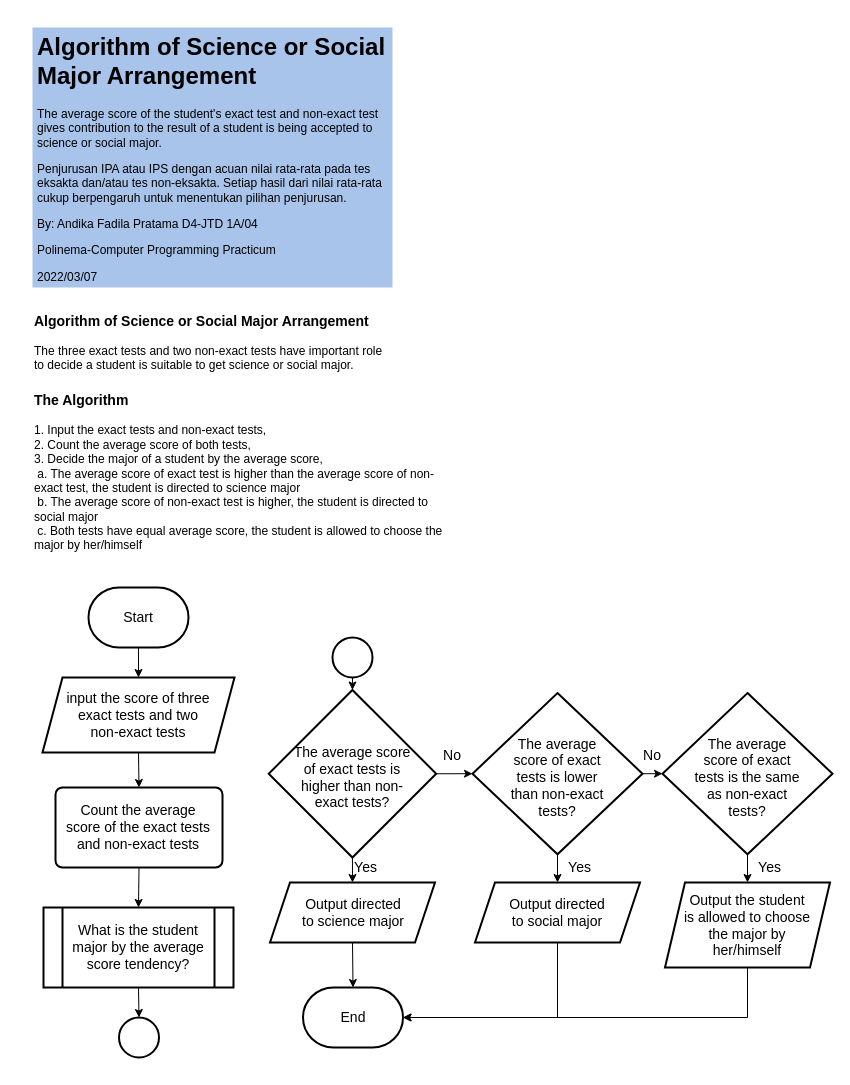
Above: Algorithm of a Student's Major Arrangement.drawio in troders34/troders34 (draw.io), before the change. Source tidied: cells renumbered, new cells numbered last; positions are measured from the earlier drawing's top-left corner, leaving out a move shared by most shapes. Both pictures are drawn from the tidied source at 100%, with x=0, y=0 at pixel (32, 27).
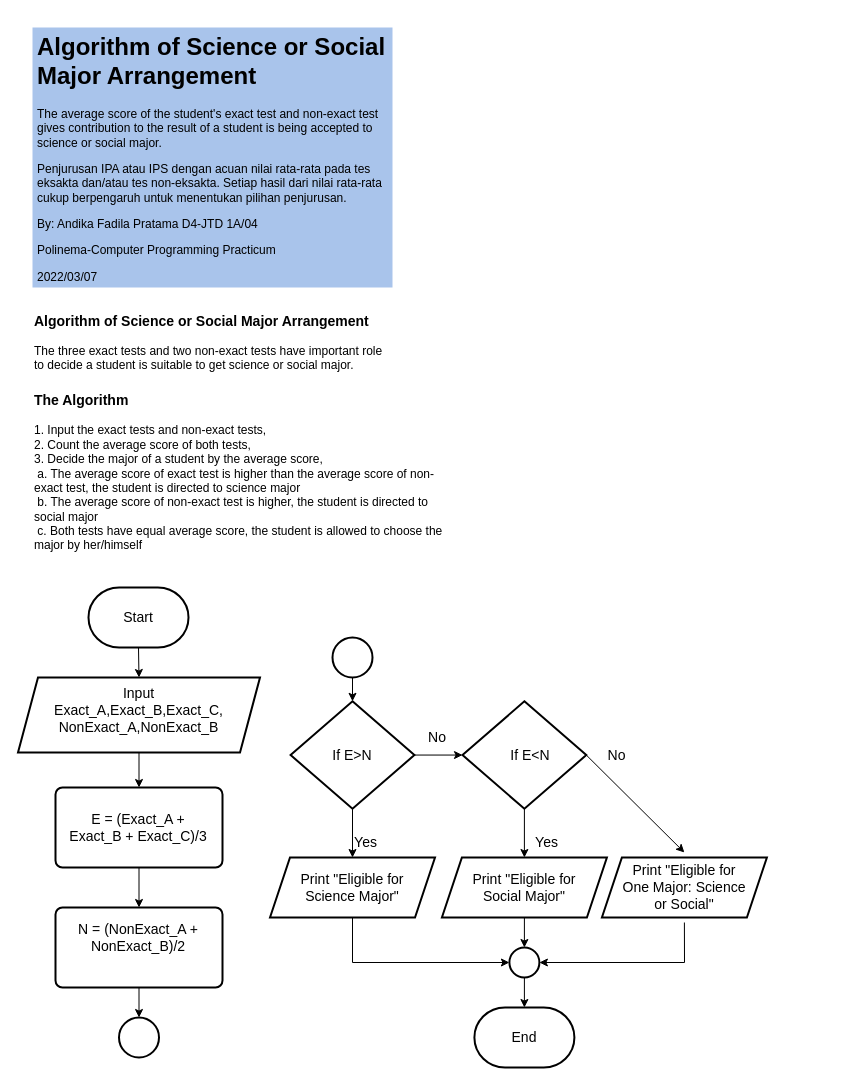
The same page after the edit.

The change refers to these unchanged cells:
```xml
<mxCell id="14" style="rounded=1;whiteSpace=wrap;html=1;absoluteArcSize=1;arcSize=14;strokeWidth=2;fontSize=14;fillColor=none;" parent="1" vertex="1">
  <mxGeometry x="23" y="760" width="167" height="80" as="geometry" />
</mxCell>
<mxCell id="22" style="ellipse;whiteSpace=wrap;html=1;fontSize=14;strokeWidth=2;fillColor=none;" parent="1" vertex="1">
  <mxGeometry x="86.5" y="990" width="40" height="40" as="geometry" />
</mxCell>
```

The edit, as a diff of the source:
```diff
@@
+    <mxCell id="47" style="rounded=1;whiteSpace=wrap;html=1;absoluteArcSize=1;arcSize=14;strokeWidth=2;fontSize=14;fillColor=none;" parent="1" vertex="1">
+      <mxGeometry x="23" y="880" width="167" height="80" as="geometry" />
+    </mxCell>
     <mxCell id="2" style="shape=parallelogram;perimeter=parallelogramPerimeter;whiteSpace=wrap;html=1;fixedSize=1;fontSize=14;strokeWidth=2;fillColor=none;" parent="1" vertex="1">
-      <mxGeometry x="237.5" y="855" width="165" height="60" as="geometry" />
+      <mxGeometry x="237.5" y="830" width="165" height="60" as="geometry" />
     </mxCell>
-    <mxCell id="3" style="shape=process;whiteSpace=wrap;html=1;backgroundOutline=1;fontSize=14;strokeWidth=2;fillColor=none;" parent="1" vertex="1">
-      <mxGeometry x="11" y="880" width="190" height="80" as="geometry" />
-    </mxCell>
     <mxCell id="4" style="strokeWidth=2;html=1;shape=mxgraph.flowchart.decision;whiteSpace=wrap;fontSize=14;fillColor=none;" parent="1" vertex="1">
-      <mxGeometry x="236.2" y="662.5" width="167.5" height="167.5" as="geometry" />
+      <mxGeometry x="258.1" y="673.8" width="123.8" height="107.5" as="geometry" />
     </mxCell>
@@
     <mxCell id="10" style="shape=parallelogram;perimeter=parallelogramPerimeter;whiteSpace=wrap;html=1;fixedSize=1;fontSize=14;fillColor=none;strokeWidth=2;" parent="1" vertex="1">
-      <mxGeometry x="10" y="650" width="192" height="75" as="geometry" />
+      <mxGeometry x="-14.5" y="650" width="242" height="75" as="geometry" />
     </mxCell>
@@
-    <mxCell id="12" value="input the score of three exact tests and two non-exact tests" style="text;html=1;strokeColor=none;fillColor=none;align=center;verticalAlign=middle;whiteSpace=wrap;rounded=0;fontSize=14;" parent="1" vertex="1">
-      <mxGeometry x="31" y="662.5" width="150" height="50" as="geometry" />
-    </mxCell>
@@
-    <mxCell id="15" value="What is the student major by the average score tendency?" style="text;html=1;strokeColor=none;fillColor=none;align=center;verticalAlign=middle;whiteSpace=wrap;rounded=0;fontSize=14;" parent="1" vertex="1">
-      <mxGeometry x="31" y="895" width="150" height="50" as="geometry" />
+    <mxCell id="15" value="N = (NonExact_A + NonExact_B)/2" style="text;html=1;strokeColor=none;fillColor=none;align=center;verticalAlign=middle;whiteSpace=wrap;rounded=0;fontSize=14;" parent="1" vertex="1">
+      <mxGeometry x="31" y="885" width="150" height="50" as="geometry" />
     </mxCell>
-    <mxCell id="16" value="Count the average score of the exact tests and non-exact tests" style="text;html=1;strokeColor=none;fillColor=none;align=center;verticalAlign=middle;whiteSpace=wrap;rounded=0;fontSize=14;" parent="1" vertex="1">
+    <mxCell id="16" value="E = (Exact_A + Exact_B + Exact_C)/3" style="text;html=1;strokeColor=none;fillColor=none;align=center;verticalAlign=middle;whiteSpace=wrap;rounded=0;fontSize=14;" parent="1" vertex="1">
       <mxGeometry x="31" y="785" width="150" height="30" as="geometry" />
     </mxCell>
-    <mxCell id="17" style="endArrow=classic;html=1;rounded=0;fontSize=14;exitX=0.5;exitY=1;exitDx=0;exitDy=0;entryX=0.5;entryY=0;entryDx=0;entryDy=0;" parent="1" edge="1" source="14" target="3">
+    <mxCell id="17" style="endArrow=classic;html=1;rounded=0;fontSize=14;exitX=0.5;exitY=1;exitDx=0;exitDy=0;entryX=0.5;entryY=0;entryDx=0;entryDy=0;" parent="1" edge="1" source="14" target="47">
       <mxGeometry relative="1" as="geometry" />
     </mxCell>
-    <mxCell id="18" value="The average score of exact tests is higher than non-exact tests?" style="text;html=1;strokeColor=none;fillColor=none;align=center;verticalAlign=middle;whiteSpace=wrap;rounded=0;fontSize=14;" parent="1" vertex="1">
-      <mxGeometry x="260" y="725" width="120" height="50" as="geometry" />
+    <mxCell id="18" value="If E&amp;gt;N" style="text;html=1;strokeColor=none;fillColor=none;align=center;verticalAlign=middle;whiteSpace=wrap;rounded=0;fontSize=14;" parent="1" vertex="1">
+      <mxGeometry x="260" y="702.5" width="120" height="50" as="geometry" />
     </mxCell>
@@
-    <mxCell id="20" value="Output directed to science major" style="text;html=1;strokeColor=none;fillColor=none;align=center;verticalAlign=middle;whiteSpace=wrap;rounded=0;fontSize=14;" parent="1" vertex="1">
-      <mxGeometry x="265.5" y="870" width="110" height="30" as="geometry" />
+    <mxCell id="20" value="Print &quot;Eligible for Science Major&quot;" style="text;html=1;strokeColor=none;fillColor=none;align=center;verticalAlign=middle;whiteSpace=wrap;rounded=0;fontSize=14;" parent="1" vertex="1">
+      <mxGeometry x="265" y="845" width="110" height="30" as="geometry" />
     </mxCell>
     <mxCell id="21" value="Yes" style="text;html=1;strokeColor=none;fillColor=none;align=center;verticalAlign=middle;whiteSpace=wrap;rounded=0;fontSize=14;" parent="1" vertex="1">
-      <mxGeometry x="315.5" y="825" width="35" height="30" as="geometry" />
+      <mxGeometry x="315.5" y="800" width="35" height="30" as="geometry" />
     </mxCell>
@@
-    <mxCell id="23" style="endArrow=classic;html=1;rounded=0;fontSize=14;exitX=0.5;exitY=1;exitDx=0;exitDy=0;entryX=0.5;entryY=0;entryDx=0;entryDy=0;" parent="1" edge="1" source="3" target="22">
+    <mxCell id="23" style="endArrow=classic;html=1;rounded=0;fontSize=14;entryX=0.5;entryY=0;entryDx=0;entryDy=0;exitX=0.5;exitY=1;exitDx=0;exitDy=0;" parent="1" edge="1" source="47" target="22">
       <mxGeometry relative="1" as="geometry" />
     </mxCell>
@@
     <mxCell id="26" style="strokeWidth=2;html=1;shape=mxgraph.flowchart.terminator;whiteSpace=wrap;fontSize=14;fillColor=none;" parent="1" vertex="1">
-      <mxGeometry x="270.5" y="960" width="100" height="60" as="geometry" />
+      <mxGeometry x="441.9" y="980" width="100" height="60" as="geometry" />
     </mxCell>
     <mxCell id="27" value="End" style="text;html=1;strokeColor=none;fillColor=none;align=center;verticalAlign=middle;whiteSpace=wrap;rounded=0;fontSize=14;" parent="1" vertex="1">
-      <mxGeometry x="290.5" y="975" width="60" height="30" as="geometry" />
+      <mxGeometry x="461.9" y="995" width="60" height="30" as="geometry" />
     </mxCell>
-    <mxCell id="28" style="endArrow=classic;html=1;rounded=0;fontSize=14;exitX=0.5;exitY=1;exitDx=0;exitDy=0;entryX=0.5;entryY=0;entryDx=0;entryDy=0;entryPerimeter=0;startArrow=none;" parent="1" edge="1" source="2" target="26">
-      <mxGeometry relative="1" as="geometry" />
-    </mxCell>
-    <mxCell id="29" style="endArrow=classic;html=1;rounded=0;fontSize=14;exitX=1;exitY=0.5;exitDx=0;exitDy=0;exitPerimeter=0;entryX=0;entryY=0.5;entryDx=0;entryDy=0;entryPerimeter=0;" parent="1" edge="1" source="4" target="30">
+    <mxCell id="29" style="endArrow=classic;html=1;rounded=0;fontSize=14;exitX=1;exitY=0.5;exitDx=0;exitDy=0;exitPerimeter=0;entryX=0;entryY=0.5;entryDx=0;entryDy=0;entryPerimeter=0;" parent="1" edge="1" source="4" target="48">
       <mxGeometry relative="1" as="geometry" />
     </mxCell>
-    <mxCell id="30" style="strokeWidth=2;html=1;shape=mxgraph.flowchart.decision;whiteSpace=wrap;fontSize=14;fillColor=none;" parent="1" vertex="1">
-      <mxGeometry x="440" y="665.6" width="170" height="161.2" as="geometry" />
-    </mxCell>
-    <mxCell id="31" value="The average score of exact tests is lower than non-exact tests?" style="text;html=1;strokeColor=none;fillColor=none;align=center;verticalAlign=middle;whiteSpace=wrap;rounded=0;fontSize=14;" parent="1" vertex="1">
-      <mxGeometry x="470" y="707.5" width="110" height="85" as="geometry" />
+    <mxCell id="31" value="If E&amp;lt;N" style="text;html=1;strokeColor=none;fillColor=none;align=center;verticalAlign=middle;whiteSpace=wrap;rounded=0;fontSize=14;" parent="1" vertex="1">
+      <mxGeometry x="442.5" y="685" width="110" height="85" as="geometry" />
     </mxCell>
     <mxCell id="32" style="shape=parallelogram;perimeter=parallelogramPerimeter;whiteSpace=wrap;html=1;fixedSize=1;fontSize=14;strokeWidth=2;fillColor=none;" parent="1" vertex="1">
-      <mxGeometry x="442.5" y="855" width="165" height="60" as="geometry" />
+      <mxGeometry x="409.4" y="830" width="165" height="60" as="geometry" />
     </mxCell>
-    <mxCell id="33" value="Output directed to social major" style="text;html=1;strokeColor=none;fillColor=none;align=center;verticalAlign=middle;whiteSpace=wrap;rounded=0;fontSize=14;" parent="1" vertex="1">
-      <mxGeometry x="470" y="870" width="110" height="30" as="geometry" />
+    <mxCell id="33" value="Print &quot;Eligible for Social Major&quot;" style="text;html=1;strokeColor=none;fillColor=none;align=center;verticalAlign=middle;whiteSpace=wrap;rounded=0;fontSize=14;" parent="1" vertex="1">
+      <mxGeometry x="436.9" y="845" width="110" height="30" as="geometry" />
     </mxCell>
-    <mxCell id="34" style="endArrow=classic;html=1;rounded=0;fontSize=14;exitX=0.5;exitY=1;exitDx=0;exitDy=0;entryX=1;entryY=0.5;entryDx=0;entryDy=0;entryPerimeter=0;" parent="1" edge="1" source="32" target="26">
-      <mxGeometry relative="1" as="geometry">
-        <Array as="points">
-          <mxPoint x="525" y="990" />
-        </Array>
-      </mxGeometry>
-    </mxCell>
-    <mxCell id="35" style="strokeWidth=2;html=1;shape=mxgraph.flowchart.decision;whiteSpace=wrap;fontSize=14;fillColor=none;" parent="1" vertex="1">
-      <mxGeometry x="630" y="665.6" width="170" height="161.2" as="geometry" />
-    </mxCell>
-    <mxCell id="36" value="The average score of exact tests is the same as non-exact tests?" style="text;html=1;strokeColor=none;fillColor=none;align=center;verticalAlign=middle;whiteSpace=wrap;rounded=0;fontSize=14;" parent="1" vertex="1">
-      <mxGeometry x="660" y="707.5" width="110" height="85" as="geometry" />
-    </mxCell>
-    <mxCell id="37" style="endArrow=classic;html=1;rounded=0;fontSize=14;exitX=1;exitY=0.5;exitDx=0;exitDy=0;exitPerimeter=0;entryX=0;entryY=0.5;entryDx=0;entryDy=0;entryPerimeter=0;" parent="1" edge="1" source="30" target="35">
+    <mxCell id="37" style="endArrow=classic;html=1;rounded=0;fontSize=14;exitX=1;exitY=0.5;exitDx=0;exitDy=0;exitPerimeter=0;entryX=0.5;entryY=0;entryDx=0;entryDy=0;" parent="1" edge="1" source="48" target="42">
       <mxGeometry relative="1" as="geometry" />
     </mxCell>
     <mxCell id="38" value="No" style="text;html=1;strokeColor=none;fillColor=none;align=center;verticalAlign=middle;whiteSpace=wrap;rounded=0;fontSize=14;" parent="1" vertex="1">
-      <mxGeometry x="590" y="712.5" width="60" height="30" as="geometry" />
+      <mxGeometry x="569.4" y="712.5" width="30.6" height="30" as="geometry" />
     </mxCell>
     <mxCell id="39" value="No" style="text;html=1;strokeColor=none;fillColor=none;align=center;verticalAlign=middle;whiteSpace=wrap;rounded=0;fontSize=14;" parent="1" vertex="1">
-      <mxGeometry x="390" y="712.5" width="60" height="30" as="geometry" />
+      <mxGeometry x="375" y="695" width="60" height="30" as="geometry" />
     </mxCell>
-    <mxCell id="40" style="endArrow=classic;html=1;rounded=0;fontSize=14;exitX=0.5;exitY=1;exitDx=0;exitDy=0;exitPerimeter=0;entryX=0.5;entryY=0;entryDx=0;entryDy=0;" parent="1" edge="1" source="30" target="32">
+    <mxCell id="40" style="endArrow=classic;html=1;rounded=0;fontSize=14;exitX=0.5;exitY=1;exitDx=0;exitDy=0;exitPerimeter=0;entryX=0.5;entryY=0;entryDx=0;entryDy=0;" parent="1" edge="1" source="48" target="32">
       <mxGeometry relative="1" as="geometry" />
     </mxCell>
     <mxCell id="41" style="shape=parallelogram;perimeter=parallelogramPerimeter;whiteSpace=wrap;html=1;fixedSize=1;fontSize=14;strokeWidth=2;fillColor=none;" parent="1" vertex="1">
-      <mxGeometry x="632.5" y="855" width="165" height="85" as="geometry" />
+      <mxGeometry x="569.4" y="830" width="165" height="60" as="geometry" />
     </mxCell>
-    <mxCell id="42" value="Output the student is allowed to choose the major by her/himself" style="text;html=1;strokeColor=none;fillColor=none;align=center;verticalAlign=middle;whiteSpace=wrap;rounded=0;fontSize=14;" parent="1" vertex="1">
-      <mxGeometry x="650" y="862.5" width="130" height="70" as="geometry" />
+    <mxCell id="42" value="Print &quot;Eligible for One Major: Science or Social&quot;" style="text;html=1;strokeColor=none;fillColor=none;align=center;verticalAlign=middle;whiteSpace=wrap;rounded=0;fontSize=14;" parent="1" vertex="1">
+      <mxGeometry x="586.9" y="825" width="130" height="70" as="geometry" />
     </mxCell>
-    <mxCell id="43" style="endArrow=classic;html=1;rounded=0;fontSize=14;exitX=0.5;exitY=1;exitDx=0;exitDy=0;exitPerimeter=0;entryX=0.5;entryY=0;entryDx=0;entryDy=0;" parent="1" edge="1" source="35" target="41">
-      <mxGeometry relative="1" as="geometry" />
-    </mxCell>
     <mxCell id="44" value="Yes" style="text;html=1;strokeColor=none;fillColor=none;align=center;verticalAlign=middle;whiteSpace=wrap;rounded=0;fontSize=14;" parent="1" vertex="1">
-      <mxGeometry x="530" y="825" width="35" height="30" as="geometry" />
+      <mxGeometry x="496.9" y="800" width="35" height="30" as="geometry" />
     </mxCell>
-    <mxCell id="45" value="Yes" style="text;html=1;strokeColor=none;fillColor=none;align=center;verticalAlign=middle;whiteSpace=wrap;rounded=0;fontSize=14;" parent="1" vertex="1">
-      <mxGeometry x="720" y="825" width="35" height="30" as="geometry" />
-    </mxCell>
-    <mxCell id="46" style="endArrow=classic;html=1;rounded=0;fontSize=14;exitX=0.5;exitY=1;exitDx=0;exitDy=0;entryX=1;entryY=0.5;entryDx=0;entryDy=0;entryPerimeter=0;" parent="1" edge="1" source="41" target="26">
-      <mxGeometry relative="1" as="geometry">
-        <Array as="points">
-          <mxPoint x="715" y="990" />
-        </Array>
-      </mxGeometry>
-    </mxCell>
+    <mxCell id="12" value="Input&lt;br&gt;Exact_A,Exact_B,Exact_C,&lt;br&gt;NonExact_A,NonExact_B" style="text;html=1;strokeColor=none;fillColor=none;align=center;verticalAlign=middle;whiteSpace=wrap;rounded=0;fontSize=14;" parent="1" vertex="1">
+      <mxGeometry x="-3.5" y="657.5" width="219" height="50" as="geometry" />
+    </mxCell>
+    <mxCell id="48" style="strokeWidth=2;html=1;shape=mxgraph.flowchart.decision;whiteSpace=wrap;fontSize=14;fillColor=none;" parent="1" vertex="1">
+      <mxGeometry x="430" y="673.8" width="123.8" height="107.5" as="geometry" />
+    </mxCell>
+    <mxCell id="49" style="ellipse;whiteSpace=wrap;html=1;fontSize=14;strokeWidth=2;fillColor=none;" parent="1" vertex="1">
+      <mxGeometry x="476.9" y="920" width="30" height="30" as="geometry" />
+    </mxCell>
+    <mxCell id="50" style="endArrow=classic;html=1;rounded=0;exitX=0.5;exitY=1;exitDx=0;exitDy=0;entryX=0;entryY=0.5;entryDx=0;entryDy=0;" parent="1" edge="1" source="2" target="49">
+      <mxGeometry relative="1" as="geometry">
+        <Array as="points">
+          <mxPoint x="320" y="935" />
+        </Array>
+      </mxGeometry>
+    </mxCell>
+    <mxCell id="51" style="endArrow=classic;html=1;rounded=0;exitX=0.5;exitY=1;exitDx=0;exitDy=0;entryX=0.5;entryY=0;entryDx=0;entryDy=0;" parent="1" edge="1" source="32" target="49">
+      <mxGeometry relative="1" as="geometry" />
+    </mxCell>
+    <mxCell id="52" style="endArrow=classic;html=1;rounded=0;exitX=0.5;exitY=1;exitDx=0;exitDy=0;entryX=1;entryY=0.5;entryDx=0;entryDy=0;" parent="1" edge="1" source="42" target="49">
+      <mxGeometry relative="1" as="geometry">
+        <Array as="points">
+          <mxPoint x="652" y="935" />
+        </Array>
+      </mxGeometry>
+    </mxCell>
+    <mxCell id="53" style="endArrow=classic;html=1;rounded=0;exitX=0.5;exitY=1;exitDx=0;exitDy=0;entryX=0.5;entryY=0;entryDx=0;entryDy=0;entryPerimeter=0;" parent="1" edge="1" source="49" target="26">
+      <mxGeometry relative="1" as="geometry" />
+    </mxCell>
```
